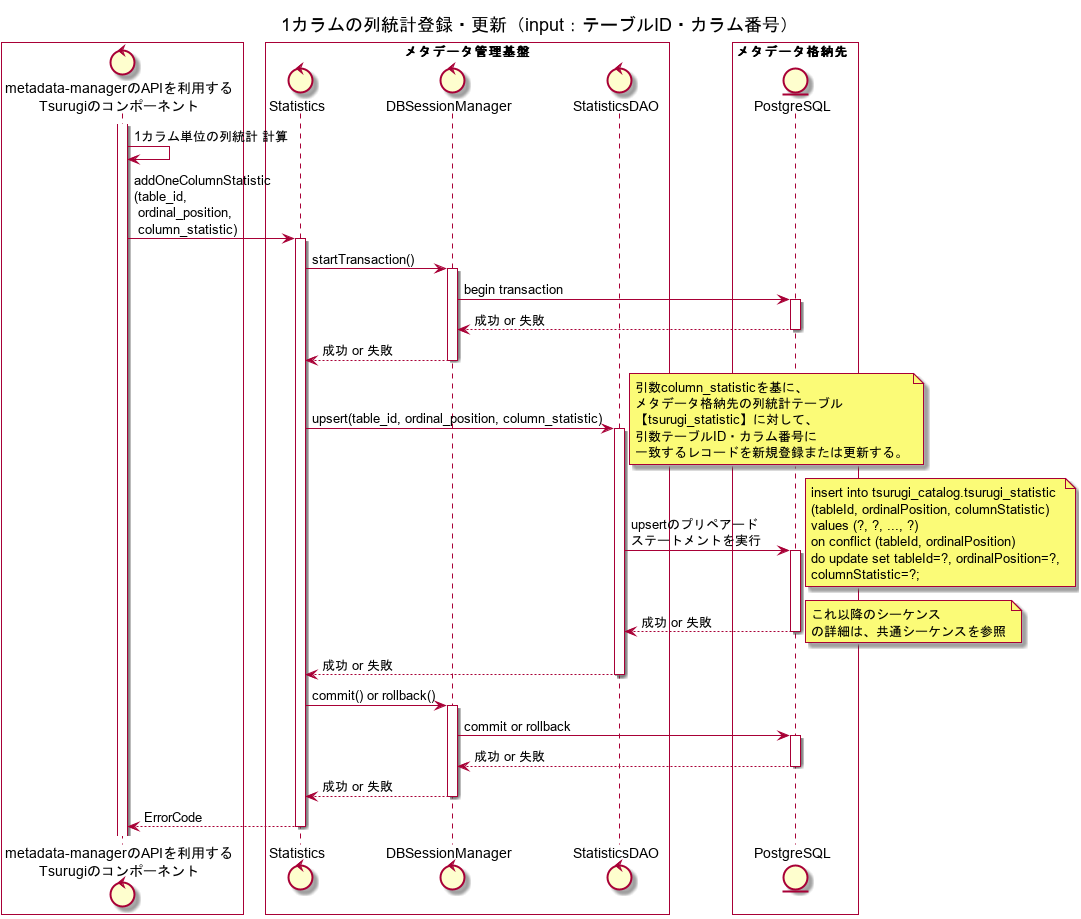
Earlier version of the PlantUML export metadata-manager/docs/statistic/02.FD/out/uml/SequenceDiagram_detail/1カラムの列統計登録・更新（input：テーブルID・カラム番号）.png (project-tsurugi/metadata-manager).
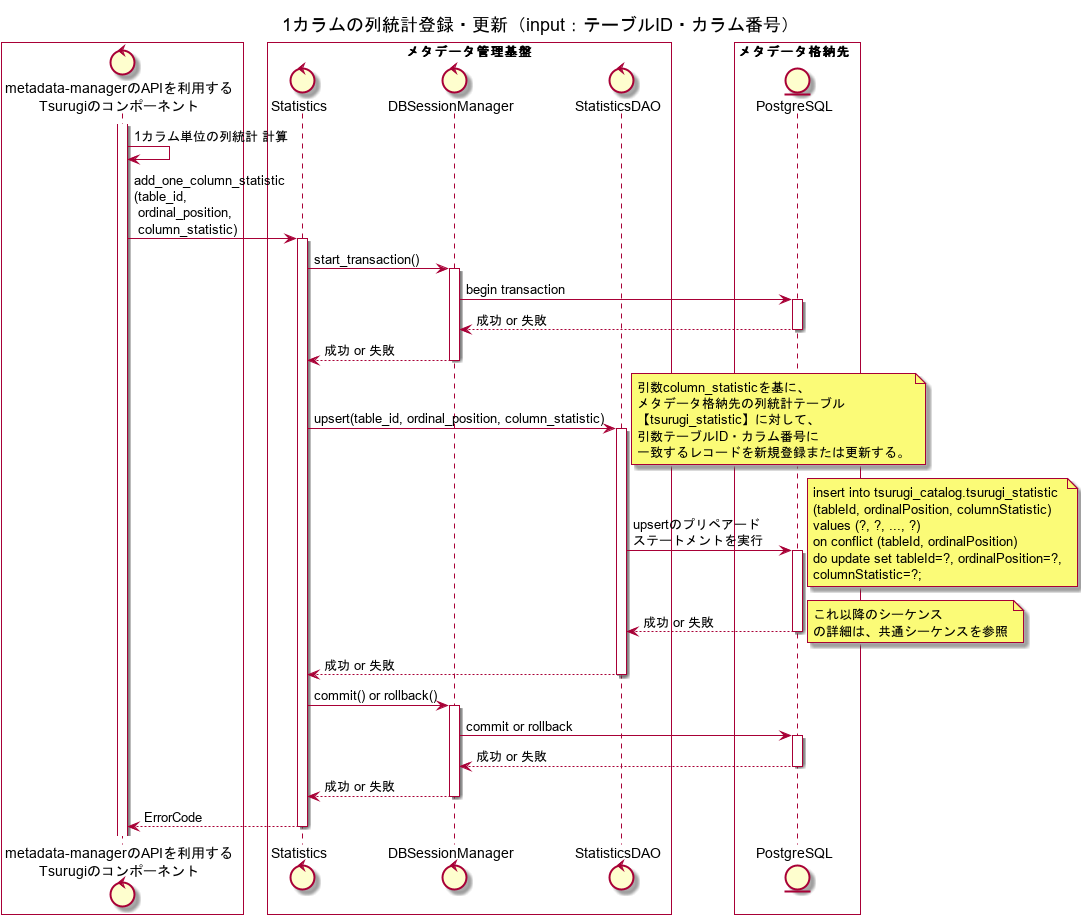
After the commit.

Diff of the diagram source:
```diff
@@ -15,9 +15,9 @@
 
 activate ogawayama
 ogawayama -> ogawayama : 1カラム単位の列統計 計算
-ogawayama -> Statistics : addOneColumnStatistic\n(table_id,\n ordinal_position,\n column_statistic)
+ogawayama -> Statistics : add_one_column_statistic\n(table_id,\n ordinal_position,\n column_statistic)
 activate Statistics
-Statistics -> DBSessionManager : startTransaction()
+Statistics -> DBSessionManager : start_transaction()
 activate DBSessionManager
 DBSessionManager -> metadata_storage : begin transaction
 activate metadata_storage
```
